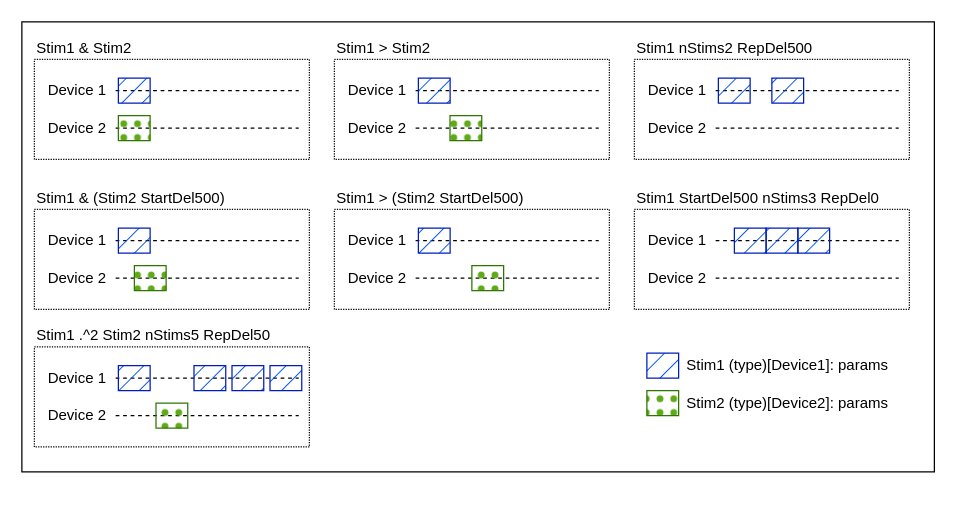
WhitmireLab/StimControl keeps this draw.io diagram as .wiki_resources/diagrams/Stimulus Groups Relationships.drawio. Above is the earlier version. Source tidied: cells renumbered, new cells numbered last; positions are measured from the earlier drawing's top-left corner, leaving out a move shared by most shapes. Both pictures are drawn from the tidied source at 125%, with x=0, y=0 at pixel (21, 21).
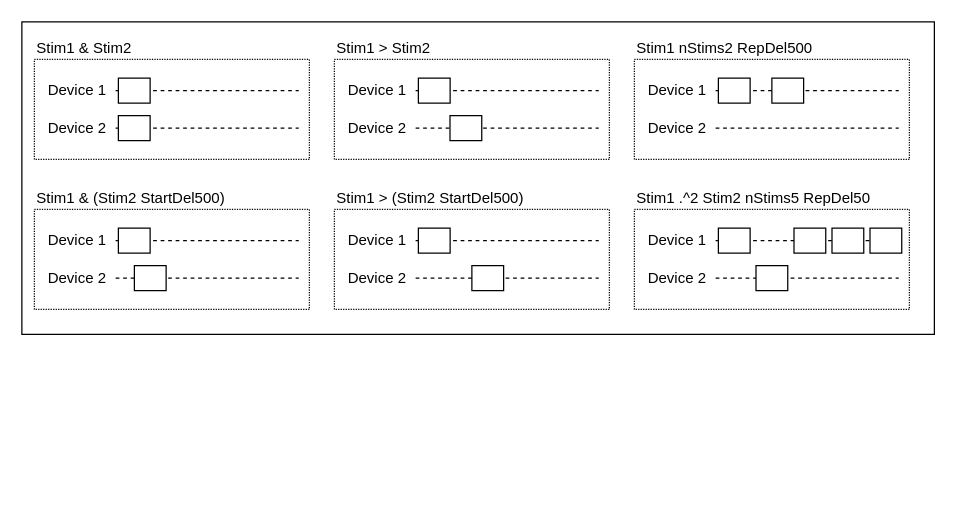
After the change.

Unchanged cells that the change refers to:
```xml
<mxCell id="14" style="group;" parent="1" vertex="1">
  <mxGeometry x="10" y="30" width="220" height="110" as="geometry" />
</mxCell>
<mxCell id="22" style="group;" parent="1" vertex="1">
  <mxGeometry x="250" y="30" width="220" height="110" as="geometry" />
</mxCell>
<mxCell id="30" style="group;" parent="1" vertex="1">
  <mxGeometry x="10" y="150" width="220" height="110" as="geometry" />
</mxCell>
<mxCell id="38" style="group;" parent="1" vertex="1">
  <mxGeometry x="250" y="150" width="220" height="110" as="geometry" />
</mxCell>
```

The edit, as a diff of the source:
```diff
@@
     <mxCell id="2" style="rounded=0;whiteSpace=wrap;html=1;" parent="1" vertex="1">
-      <mxGeometry width="730" height="360" as="geometry" />
+      <mxGeometry width="730" height="250" as="geometry" />
     </mxCell>
-    <mxCell id="3" style="group;" parent="1" vertex="1">
-      <mxGeometry x="10" y="260" width="220" height="110" as="geometry" />
-    </mxCell>
-    <mxCell id="4" value="Stim1 .^2 Stim2 nStims5 RepDel50" style="rounded=0;whiteSpace=wrap;html=1;labelPosition=center;verticalLabelPosition=top;align=left;verticalAlign=bottom;dashed=1;dashPattern=1 1;" parent="3" vertex="1">
-      <mxGeometry width="220" height="80" as="geometry" />
-    </mxCell>
-    <mxCell id="5" style="endArrow=none;dashed=1;html=1;rounded=0;" parent="3" edge="1">
-      <mxGeometry relative="1" as="geometry">
-        <mxPoint x="65" y="25" as="sourcePoint" />
-        <mxPoint x="211.5" y="25" as="targetPoint" />
-      </mxGeometry>
-    </mxCell>
-    <mxCell id="6" value="Device 1" style="text;html=1;whiteSpace=wrap;strokeColor=none;fillColor=none;align=center;verticalAlign=middle;rounded=0;" parent="3" vertex="1">
-      <mxGeometry x="8.5" y="10" width="50.8" height="30" as="geometry" />
-    </mxCell>
-    <mxCell id="7" style="rounded=0;whiteSpace=wrap;html=1;fillStyle=hatch;fillColor=#0050ef;fontColor=#ffffff;strokeColor=#001DBC;" parent="3" vertex="1">
-      <mxGeometry x="67.2" y="15" width="25.4" height="20" as="geometry" />
-    </mxCell>
-    <mxCell id="8" style="endArrow=none;dashed=1;html=1;rounded=0;" parent="3" edge="1">
-      <mxGeometry relative="1" as="geometry">
-        <mxPoint x="65" y="55" as="sourcePoint" />
-        <mxPoint x="211.5" y="55" as="targetPoint" />
-      </mxGeometry>
-    </mxCell>
-    <mxCell id="9" value="Device 2" style="text;html=1;whiteSpace=wrap;strokeColor=none;fillColor=none;align=center;verticalAlign=middle;rounded=0;" parent="3" vertex="1">
-      <mxGeometry x="8.5" y="40" width="50.8" height="30" as="geometry" />
-    </mxCell>
-    <mxCell id="10" style="rounded=0;whiteSpace=wrap;html=1;fillColor=#60a917;fillStyle=dots;fontColor=#ffffff;strokeColor=#2D7600;" parent="3" vertex="1">
-      <mxGeometry x="97.3" y="45" width="25.4" height="20" as="geometry" />
-    </mxCell>
-    <mxCell id="11" style="rounded=0;whiteSpace=wrap;html=1;fillStyle=hatch;fillColor=#0050ef;fontColor=#ffffff;strokeColor=#001DBC;" parent="3" vertex="1">
-      <mxGeometry x="127.7" y="15" width="25.4" height="20" as="geometry" />
-    </mxCell>
-    <mxCell id="12" style="rounded=0;whiteSpace=wrap;html=1;fillStyle=hatch;fillColor=#0050ef;fontColor=#ffffff;strokeColor=#001DBC;" parent="3" vertex="1">
-      <mxGeometry x="158.1" y="15" width="25.4" height="20" as="geometry" />
-    </mxCell>
-    <mxCell id="13" style="rounded=0;whiteSpace=wrap;html=1;fillStyle=hatch;fillColor=#0050ef;fontColor=#ffffff;strokeColor=#001DBC;" parent="3" vertex="1">
-      <mxGeometry x="188.5" y="15" width="25.4" height="20" as="geometry" />
-    </mxCell>
@@
-    <mxCell id="18" style="rounded=0;whiteSpace=wrap;html=1;fillStyle=hatch;fillColor=#0050ef;fontColor=#ffffff;strokeColor=#001DBC;" parent="14" vertex="1">
+    <mxCell id="18" style="rounded=0;whiteSpace=wrap;html=1;fillStyle=solid;" parent="14" vertex="1">
       <mxGeometry x="67.2" y="15" width="25.4" height="20" as="geometry" />
     </mxCell>
@@
-    <mxCell id="21" style="rounded=0;whiteSpace=wrap;html=1;fillColor=#60a917;fillStyle=dots;fontColor=#ffffff;strokeColor=#2D7600;" parent="14" vertex="1">
+    <mxCell id="21" style="rounded=0;whiteSpace=wrap;html=1;fillStyle=solid;" parent="14" vertex="1">
       <mxGeometry x="67.2" y="45" width="25.4" height="20" as="geometry" />
     </mxCell>
@@
-    <mxCell id="26" style="rounded=0;whiteSpace=wrap;html=1;fillStyle=hatch;fillColor=#0050ef;fontColor=#ffffff;strokeColor=#001DBC;" parent="22" vertex="1">
+    <mxCell id="26" style="rounded=0;whiteSpace=wrap;html=1;fillStyle=solid;" parent="22" vertex="1">
       <mxGeometry x="67.2" y="15" width="25.4" height="20" as="geometry" />
     </mxCell>
@@
-    <mxCell id="29" style="rounded=0;whiteSpace=wrap;html=1;fillColor=#60a917;fillStyle=dots;fontColor=#ffffff;strokeColor=#2D7600;" parent="22" vertex="1">
+    <mxCell id="29" style="rounded=0;whiteSpace=wrap;html=1;fillStyle=solid;" parent="22" vertex="1">
       <mxGeometry x="92.5" y="45" width="25.4" height="20" as="geometry" />
     </mxCell>
@@
-    <mxCell id="34" style="rounded=0;whiteSpace=wrap;html=1;fillStyle=hatch;fillColor=#0050ef;fontColor=#ffffff;strokeColor=#001DBC;" parent="30" vertex="1">
+    <mxCell id="34" style="rounded=0;whiteSpace=wrap;html=1;fillStyle=solid;" parent="30" vertex="1">
       <mxGeometry x="67.2" y="15" width="25.4" height="20" as="geometry" />
     </mxCell>
@@
-    <mxCell id="37" style="rounded=0;whiteSpace=wrap;html=1;fillColor=#60a917;fillStyle=dots;fontColor=#ffffff;strokeColor=#2D7600;" parent="30" vertex="1">
+    <mxCell id="37" style="rounded=0;whiteSpace=wrap;html=1;fillStyle=solid;" parent="30" vertex="1">
       <mxGeometry x="80" y="45" width="25.4" height="20" as="geometry" />
     </mxCell>
@@
-    <mxCell id="42" style="rounded=0;whiteSpace=wrap;html=1;fillStyle=hatch;fillColor=#0050ef;fontColor=#ffffff;strokeColor=#001DBC;" parent="38" vertex="1">
+    <mxCell id="42" style="rounded=0;whiteSpace=wrap;html=1;fillStyle=solid;" parent="38" vertex="1">
       <mxGeometry x="67.2" y="15" width="25.4" height="20" as="geometry" />
     </mxCell>
@@
-    <mxCell id="45" style="rounded=0;whiteSpace=wrap;html=1;fillColor=#60a917;fillStyle=dots;fontColor=#ffffff;strokeColor=#2D7600;" parent="38" vertex="1">
+    <mxCell id="45" style="rounded=0;whiteSpace=wrap;html=1;fillStyle=solid;" parent="38" vertex="1">
       <mxGeometry x="110" y="45" width="25.4" height="20" as="geometry" />
     </mxCell>
     <mxCell id="46" style="group;" parent="1" vertex="1">
-      <mxGeometry x="490" y="30" width="220" height="110" as="geometry" />
+      <mxGeometry x="490" y="30" width="220" height="230" as="geometry" />
     </mxCell>
@@
-    <mxCell id="50" style="rounded=0;whiteSpace=wrap;html=1;fillStyle=hatch;fillColor=#0050ef;fontColor=#ffffff;strokeColor=#001DBC;" parent="46" vertex="1">
+    <mxCell id="50" style="rounded=0;whiteSpace=wrap;html=1;fillStyle=solid;" parent="46" vertex="1">
       <mxGeometry x="67.2" y="15" width="25.4" height="20" as="geometry" />
     </mxCell>
@@
-    <mxCell id="53" style="rounded=0;whiteSpace=wrap;html=1;fillStyle=hatch;fillColor=#0050ef;fontColor=#ffffff;strokeColor=#001DBC;" parent="46" vertex="1">
+    <mxCell id="53" style="rounded=0;whiteSpace=wrap;html=1;fillStyle=solid;" parent="46" vertex="1">
       <mxGeometry x="110" y="15" width="25.4" height="20" as="geometry" />
     </mxCell>
-    <mxCell id="54" style="group;" parent="1" vertex="1">
-      <mxGeometry x="490" y="150" width="220" height="110" as="geometry" />
-    </mxCell>
-    <mxCell id="55" value="Stim1 StartDel500 nStims3 RepDel0" style="rounded=0;whiteSpace=wrap;html=1;labelPosition=center;verticalLabelPosition=top;align=left;verticalAlign=bottom;dashed=1;dashPattern=1 1;" parent="54" vertex="1">
-      <mxGeometry width="220" height="80" as="geometry" />
-    </mxCell>
-    <mxCell id="56" style="endArrow=none;dashed=1;html=1;rounded=0;" parent="54" edge="1">
-      <mxGeometry relative="1" as="geometry">
-        <mxPoint x="65" y="25" as="sourcePoint" />
-        <mxPoint x="211.5" y="25" as="targetPoint" />
-      </mxGeometry>
-    </mxCell>
-    <mxCell id="57" value="Device 1" style="text;html=1;whiteSpace=wrap;strokeColor=none;fillColor=none;align=center;verticalAlign=middle;rounded=0;" parent="54" vertex="1">
-      <mxGeometry x="8.5" y="10" width="50.8" height="30" as="geometry" />
-    </mxCell>
-    <mxCell id="58" style="rounded=0;whiteSpace=wrap;html=1;fillStyle=hatch;fillColor=#0050ef;fontColor=#ffffff;strokeColor=#001DBC;" parent="54" vertex="1">
-      <mxGeometry x="80" y="15" width="25.4" height="20" as="geometry" />
-    </mxCell>
-    <mxCell id="59" style="endArrow=none;dashed=1;html=1;rounded=0;" parent="54" edge="1">
-      <mxGeometry relative="1" as="geometry">
-        <mxPoint x="65" y="55" as="sourcePoint" />
-        <mxPoint x="211.5" y="55" as="targetPoint" />
-      </mxGeometry>
-    </mxCell>
-    <mxCell id="60" value="Device 2" style="text;html=1;whiteSpace=wrap;strokeColor=none;fillColor=none;align=center;verticalAlign=middle;rounded=0;" parent="54" vertex="1">
-      <mxGeometry x="8.5" y="40" width="50.8" height="30" as="geometry" />
-    </mxCell>
-    <mxCell id="61" style="rounded=0;whiteSpace=wrap;html=1;fillStyle=hatch;fillColor=#0050ef;fontColor=#ffffff;strokeColor=#001DBC;" parent="54" vertex="1">
-      <mxGeometry x="105.4" y="15" width="25.4" height="20" as="geometry" />
-    </mxCell>
-    <mxCell id="62" style="rounded=0;whiteSpace=wrap;html=1;fillStyle=hatch;fillColor=#0050ef;fontColor=#ffffff;strokeColor=#001DBC;" parent="54" vertex="1">
-      <mxGeometry x="130.8" y="15" width="25.4" height="20" as="geometry" />
-    </mxCell>
-    <mxCell id="63" style="group;" parent="1" vertex="1">
-      <mxGeometry x="500" y="260" width="200" height="60" as="geometry" />
-    </mxCell>
-    <mxCell id="64" value="Stim1 (type)[Device1]: params" style="text;html=1;whiteSpace=wrap;strokeColor=none;fillColor=none;align=left;verticalAlign=middle;rounded=0;" parent="63" vertex="1">
-      <mxGeometry x="30" width="170" height="30" as="geometry" />
-    </mxCell>
-    <mxCell id="65" value="Stim2 (type)[Device2]: params" style="text;html=1;whiteSpace=wrap;strokeColor=none;fillColor=none;align=left;verticalAlign=middle;rounded=0;" parent="63" vertex="1">
-      <mxGeometry x="30" y="30" width="170" height="30" as="geometry" />
-    </mxCell>
-    <mxCell id="66" style="rounded=0;whiteSpace=wrap;html=1;fillStyle=hatch;fillColor=#0050ef;fontColor=#ffffff;strokeColor=#001DBC;" parent="63" vertex="1">
-      <mxGeometry y="5" width="25.4" height="20" as="geometry" />
-    </mxCell>
-    <mxCell id="67" style="rounded=0;whiteSpace=wrap;html=1;fillColor=#60a917;fillStyle=dots;fontColor=#ffffff;strokeColor=#2D7600;" parent="63" vertex="1">
-      <mxGeometry y="35" width="25.4" height="20" as="geometry" />
-    </mxCell>
+    <mxCell id="3" style="group;" parent="46" vertex="1">
+      <mxGeometry y="120" width="220" height="110" as="geometry" />
+    </mxCell>
+    <mxCell id="4" value="Stim1 .^2 Stim2 nStims5 RepDel50" style="rounded=0;whiteSpace=wrap;html=1;labelPosition=center;verticalLabelPosition=top;align=left;verticalAlign=bottom;dashed=1;dashPattern=1 1;" parent="3" vertex="1">
+      <mxGeometry width="220" height="80" as="geometry" />
+    </mxCell>
+    <mxCell id="5" style="endArrow=none;dashed=1;html=1;rounded=0;" parent="3" edge="1">
+      <mxGeometry relative="1" as="geometry">
+        <mxPoint x="65" y="25" as="sourcePoint" />
+        <mxPoint x="211.5" y="25" as="targetPoint" />
+      </mxGeometry>
+    </mxCell>
+    <mxCell id="6" value="Device 1" style="text;html=1;whiteSpace=wrap;strokeColor=none;fillColor=none;align=center;verticalAlign=middle;rounded=0;" parent="3" vertex="1">
+      <mxGeometry x="8.5" y="10" width="50.8" height="30" as="geometry" />
+    </mxCell>
+    <mxCell id="7" style="rounded=0;whiteSpace=wrap;html=1;fillStyle=solid;" parent="3" vertex="1">
+      <mxGeometry x="67.2" y="15" width="25.4" height="20" as="geometry" />
+    </mxCell>
+    <mxCell id="8" style="endArrow=none;dashed=1;html=1;rounded=0;" parent="3" edge="1">
+      <mxGeometry relative="1" as="geometry">
+        <mxPoint x="65" y="55" as="sourcePoint" />
+        <mxPoint x="211.5" y="55" as="targetPoint" />
+      </mxGeometry>
+    </mxCell>
+    <mxCell id="9" value="Device 2" style="text;html=1;whiteSpace=wrap;strokeColor=none;fillColor=none;align=center;verticalAlign=middle;rounded=0;" parent="3" vertex="1">
+      <mxGeometry x="8.5" y="40" width="50.8" height="30" as="geometry" />
+    </mxCell>
+    <mxCell id="10" style="rounded=0;whiteSpace=wrap;html=1;fillStyle=solid;" parent="3" vertex="1">
+      <mxGeometry x="97.3" y="45" width="25.4" height="20" as="geometry" />
+    </mxCell>
+    <mxCell id="11" style="rounded=0;whiteSpace=wrap;html=1;fillStyle=solid;" parent="3" vertex="1">
+      <mxGeometry x="127.7" y="15" width="25.4" height="20" as="geometry" />
+    </mxCell>
+    <mxCell id="12" style="rounded=0;whiteSpace=wrap;html=1;fillStyle=solid;" parent="3" vertex="1">
+      <mxGeometry x="158.1" y="15" width="25.4" height="20" as="geometry" />
+    </mxCell>
+    <mxCell id="13" style="rounded=0;whiteSpace=wrap;html=1;fillStyle=solid;" parent="3" vertex="1">
+      <mxGeometry x="188.5" y="15" width="25.4" height="20" as="geometry" />
+    </mxCell>
```
